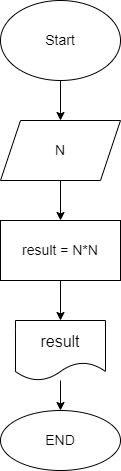
This is Homework/Homework_01/Ex004/diagram.drawio.png from shenlindao/CSharp, a draw.io export, as it was before one commit. Source tidied: cells renumbered, new cells last; positions are measured from the earlier drawing's top-left corner, leaving out a move shared by most shapes.
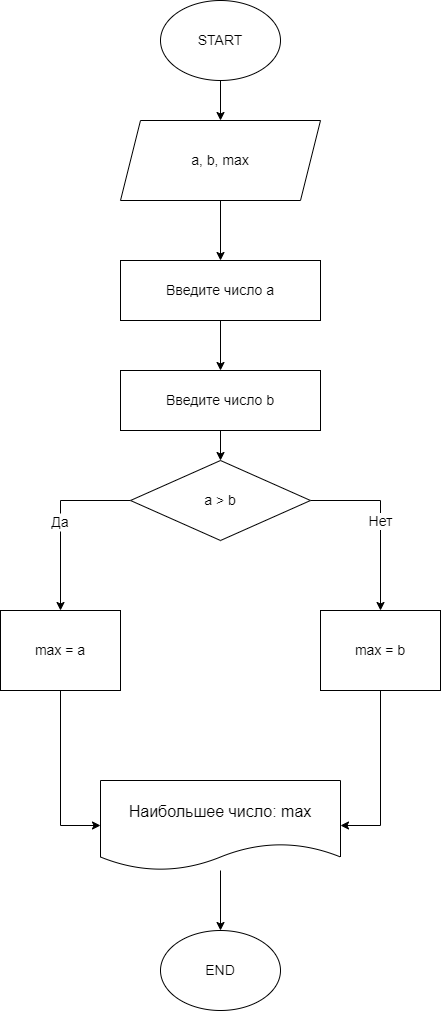
Later version of the same file.

Diff of the diagram source:
```diff
@@ -5,29 +5,77 @@
     <mxCell id="2" style="edgeStyle=none;html=1;" parent="1" edge="1" source="3" target="5">
       <mxGeometry relative="1" as="geometry" />
     </mxCell>
-    <mxCell id="3" value="&lt;font style=&quot;font-size: 14px;&quot;&gt;Start&lt;/font&gt;" style="ellipse;whiteSpace=wrap;html=1;" parent="1" vertex="1">
+    <mxCell id="3" value="&lt;font style=&quot;font-size: 14px;&quot;&gt;START&lt;/font&gt;" style="ellipse;whiteSpace=wrap;html=1;" parent="1" vertex="1">
       <mxGeometry width="120" height="80" as="geometry" />
     </mxCell>
-    <mxCell id="4" style="edgeStyle=none;html=1;" parent="1" edge="1" source="5" target="7">
-      <mxGeometry relative="1" as="geometry" />
-    </mxCell>
+    <mxCell id="11" style="edgeStyle=none;html=1;fontSize=14;" parent="1" edge="1" source="5" target="23">
+      <mxGeometry relative="1" as="geometry" />
+    </mxCell>
-    <mxCell id="5" value="&lt;font style=&quot;font-size: 14px;&quot;&gt;N&lt;/font&gt;" style="shape=parallelogram;perimeter=parallelogramPerimeter;whiteSpace=wrap;html=1;fixedSize=1;" parent="1" vertex="1">
-      <mxGeometry y="120" width="120" height="60" as="geometry" />
+    <mxCell id="5" value="&lt;font style=&quot;font-size: 14px;&quot;&gt;a, b, max&lt;br&gt;&lt;/font&gt;" style="shape=parallelogram;perimeter=parallelogramPerimeter;whiteSpace=wrap;html=1;fixedSize=1;" parent="1" vertex="1">
+      <mxGeometry x="-40" y="120" width="200" height="80" as="geometry" />
     </mxCell>
-    <mxCell id="6" style="edgeStyle=none;html=1;fontSize=14;" parent="1" edge="1" source="7" target="9">
-      <mxGeometry relative="1" as="geometry" />
-    </mxCell>
-    <mxCell id="7" value="&lt;font style=&quot;font-size: 14px;&quot;&gt;result = N*N&lt;/font&gt;" style="rounded=0;whiteSpace=wrap;html=1;" parent="1" vertex="1">
-      <mxGeometry y="220" width="120" height="60" as="geometry" />
-    </mxCell>
     <mxCell id="8" style="edgeStyle=none;html=1;fontSize=14;" parent="1" edge="1" source="9" target="10">
       <mxGeometry relative="1" as="geometry" />
     </mxCell>
+    <mxCell id="12" style="edgeStyle=none;html=1;exitX=0;exitY=0.5;exitDx=0;exitDy=0;fontSize=14;" parent="1" edge="1" source="9">
+      <mxGeometry relative="1" as="geometry">
+        <mxPoint x="-50" y="824.7" as="targetPoint" />
+      </mxGeometry>
+    </mxCell>
-    <mxCell id="9" value="&lt;font size=&quot;3&quot;&gt;result&lt;/font&gt;" style="shape=document;whiteSpace=wrap;html=1;boundedLbl=1;" parent="1" vertex="1">
-      <mxGeometry x="15" y="320" width="90" height="60" as="geometry" />
+    <mxCell id="9" value="&lt;font size=&quot;3&quot;&gt;Наибольшее число: max&lt;/font&gt;" style="shape=document;whiteSpace=wrap;html=1;boundedLbl=1;" parent="1" vertex="1">
+      <mxGeometry x="-60" y="780" width="240" height="90" as="geometry" />
     </mxCell>
     <mxCell id="10" value="END" style="ellipse;whiteSpace=wrap;html=1;fontSize=14;" parent="1" vertex="1">
-      <mxGeometry y="410" width="120" height="60" as="geometry" />
+      <mxGeometry y="930" width="120" height="80" as="geometry" />
     </mxCell>
+    <mxCell id="13" value="Да" style="edgeStyle=none;entryX=0.5;entryY=0;entryDx=0;entryDy=0;fontSize=14;rounded=0;" parent="1" edge="1" source="15" target="17">
+      <mxGeometry relative="1" as="geometry">
+        <Array as="points">
+          <mxPoint x="-100" y="500" />
+        </Array>
+      </mxGeometry>
+    </mxCell>
+    <mxCell id="14" value="Нет" style="edgeStyle=none;html=1;entryX=0.5;entryY=0;entryDx=0;entryDy=0;fontSize=14;rounded=0;" parent="1" edge="1" source="15" target="19">
+      <mxGeometry relative="1" as="geometry">
+        <Array as="points">
+          <mxPoint x="220" y="500" />
+        </Array>
+      </mxGeometry>
+    </mxCell>
+    <mxCell id="15" value="&lt;font style=&quot;font-size: 14px;&quot;&gt;a &amp;gt; b&lt;/font&gt;" style="rhombus;whiteSpace=wrap;html=1;" parent="1" vertex="1">
+      <mxGeometry x="-30" y="460" width="180" height="80" as="geometry" />
+    </mxCell>
+    <mxCell id="16" style="edgeStyle=none;html=1;entryX=0;entryY=0.5;entryDx=0;entryDy=0;fontSize=14;rounded=0;" parent="1" edge="1" source="17" target="9">
+      <mxGeometry relative="1" as="geometry">
+        <Array as="points">
+          <mxPoint x="-100" y="825" />
+        </Array>
+      </mxGeometry>
+    </mxCell>
+    <mxCell id="17" value="&lt;font style=&quot;font-size: 14px;&quot;&gt;max = a&lt;/font&gt;" style="whiteSpace=wrap;html=1;" parent="1" vertex="1">
+      <mxGeometry x="-160" y="610" width="120" height="80" as="geometry" />
+    </mxCell>
+    <mxCell id="18" style="edgeStyle=none;html=1;entryX=1;entryY=0.5;entryDx=0;entryDy=0;fontSize=14;rounded=0;" parent="1" edge="1" source="19" target="9">
+      <mxGeometry relative="1" as="geometry">
+        <Array as="points">
+          <mxPoint x="220" y="825" />
+        </Array>
+      </mxGeometry>
+    </mxCell>
+    <mxCell id="19" value="&lt;font style=&quot;font-size: 14px;&quot;&gt;max = b&lt;/font&gt;" style="whiteSpace=wrap;html=1;" parent="1" vertex="1">
+      <mxGeometry x="160" y="610" width="120" height="80" as="geometry" />
+    </mxCell>
+    <mxCell id="20" style="edgeStyle=none;html=1;fontSize=14;" parent="1" edge="1" source="21" target="15">
+      <mxGeometry relative="1" as="geometry" />
+    </mxCell>
+    <mxCell id="21" value="Введите число b" style="rounded=0;whiteSpace=wrap;html=1;fontSize=14;" parent="1" vertex="1">
+      <mxGeometry x="-40" y="370" width="200" height="60" as="geometry" />
+    </mxCell>
+    <mxCell id="22" style="edgeStyle=none;html=1;fontSize=14;" parent="1" edge="1" source="23" target="21">
+      <mxGeometry relative="1" as="geometry" />
+    </mxCell>
+    <mxCell id="23" value="Введите число a" style="rounded=0;whiteSpace=wrap;html=1;fontSize=14;" parent="1" vertex="1">
+      <mxGeometry x="-40" y="260" width="200" height="60" as="geometry" />
+    </mxCell>
   </root>
 </mxGraphModel>
```
